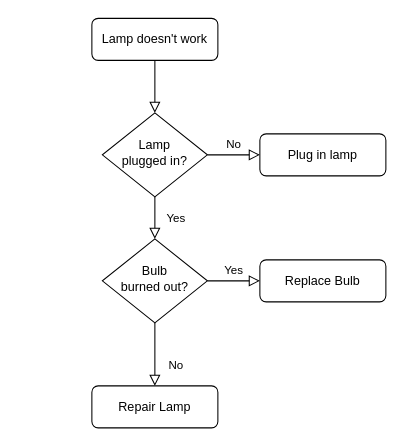
AlberteCM/AAB.UR.Manal-og-Alberte keeps this draw.io diagram as Digitalt_ur_m__unix_import_uf_rdig/Untitled Diagram.drawio. Above is the earlier version. Source tidied: cells renumbered, new cells numbered last; positions are measured from the earlier drawing's top-left corner, leaving out a move shared by most shapes. Both pictures are drawn from the tidied source at 105%, with x=0, y=0 at pixel (91, 18).
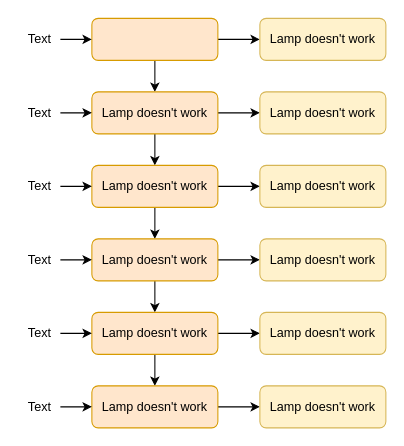
Above is the later version.

What changed in the source:
```diff
@@
-    <mxCell id="2" style="rounded=0;html=1;jettySize=auto;fontSize=11;endArrow=block;endFill=0;endSize=8;strokeWidth=1;shadow=0;labelBackgroundColor=none;edgeStyle=orthogonalEdgeStyle;" parent="1" edge="1" source="3" target="6">
-      <mxGeometry relative="1" as="geometry" />
-    </mxCell>
+    <mxCell id="13" style="edgeStyle=orthogonalEdgeStyle;rounded=0;jettySize=auto;html=1;" parent="1" edge="1" source="3" target="17">
+      <mxGeometry relative="1" as="geometry" />
+    </mxCell>
+    <mxCell id="14" style="edgeStyle=orthogonalEdgeStyle;rounded=0;jettySize=auto;html=1;" parent="1" edge="1" source="3" target="29">
+      <mxGeometry relative="1" as="geometry" />
+    </mxCell>
-    <mxCell id="3" value="Lamp doesn't work" style="rounded=1;whiteSpace=wrap;html=1;fontSize=12;glass=0;strokeWidth=1;shadow=0;" parent="1" vertex="1">
+    <mxCell id="3" style="rounded=1;whiteSpace=wrap;html=1;fontSize=12;glass=0;strokeWidth=1;shadow=0;fillColor=#ffe6cc;strokeColor=#d79b00;" parent="1" vertex="1">
       <mxGeometry width="120" height="40" as="geometry" />
     </mxCell>
-    <mxCell id="4" value="Yes" style="rounded=0;html=1;jettySize=auto;fontSize=11;endArrow=block;endFill=0;endSize=8;strokeWidth=1;shadow=0;labelBackgroundColor=none;edgeStyle=orthogonalEdgeStyle;" parent="1" edge="1" source="6" target="10">
-      <mxGeometry y="20" relative="1" as="geometry" />
-    </mxCell>
-    <mxCell id="5" value="No" style="edgeStyle=orthogonalEdgeStyle;rounded=0;html=1;jettySize=auto;fontSize=11;endArrow=block;endFill=0;endSize=8;strokeWidth=1;shadow=0;labelBackgroundColor=none;" parent="1" edge="1" source="6" target="7">
-      <mxGeometry y="10" relative="1" as="geometry" />
-    </mxCell>
-    <mxCell id="6" value="Lamp&lt;br&gt;plugged in?" style="rhombus;whiteSpace=wrap;html=1;shadow=0;fontFamily=Helvetica;fontSize=12;align=center;strokeWidth=1;spacing=6;spacingTop=-4;" parent="1" vertex="1">
-      <mxGeometry x="10" y="90" width="100" height="80" as="geometry" />
-    </mxCell>
-    <mxCell id="7" value="Plug in lamp" style="rounded=1;whiteSpace=wrap;html=1;fontSize=12;glass=0;strokeWidth=1;shadow=0;" parent="1" vertex="1">
-      <mxGeometry x="160" y="110" width="120" height="40" as="geometry" />
-    </mxCell>
-    <mxCell id="8" value="No" style="rounded=0;html=1;jettySize=auto;fontSize=11;endArrow=block;endFill=0;endSize=8;strokeWidth=1;shadow=0;labelBackgroundColor=none;edgeStyle=orthogonalEdgeStyle;" parent="1" edge="1" source="10" target="11">
-      <mxGeometry x="0.33" y="20" relative="1" as="geometry" />
-    </mxCell>
-    <mxCell id="9" value="Yes" style="edgeStyle=orthogonalEdgeStyle;rounded=0;html=1;jettySize=auto;fontSize=11;endArrow=block;endFill=0;endSize=8;strokeWidth=1;shadow=0;labelBackgroundColor=none;" parent="1" edge="1" source="10" target="12">
-      <mxGeometry y="10" relative="1" as="geometry" />
-    </mxCell>
-    <mxCell id="10" value="Bulb&lt;br&gt;burned out?" style="rhombus;whiteSpace=wrap;html=1;shadow=0;fontFamily=Helvetica;fontSize=12;align=center;strokeWidth=1;spacing=6;spacingTop=-4;" parent="1" vertex="1">
-      <mxGeometry x="10" y="210" width="100" height="80" as="geometry" />
-    </mxCell>
-    <mxCell id="11" value="Repair Lamp" style="rounded=1;whiteSpace=wrap;html=1;fontSize=12;glass=0;strokeWidth=1;shadow=0;" parent="1" vertex="1">
-      <mxGeometry y="350" width="120" height="40" as="geometry" />
-    </mxCell>
-    <mxCell id="12" value="Replace Bulb" style="rounded=1;whiteSpace=wrap;html=1;fontSize=12;glass=0;strokeWidth=1;shadow=0;" parent="1" vertex="1">
-      <mxGeometry x="160" y="230" width="120" height="40" as="geometry" />
-    </mxCell>
+    <mxCell id="15" style="edgeStyle=orthogonalEdgeStyle;rounded=0;jettySize=auto;html=1;" parent="1" edge="1" source="17" target="20">
+      <mxGeometry relative="1" as="geometry" />
+    </mxCell>
+    <mxCell id="16" style="edgeStyle=orthogonalEdgeStyle;rounded=0;jettySize=auto;html=1;" parent="1" edge="1" source="17" target="30">
+      <mxGeometry relative="1" as="geometry" />
+    </mxCell>
+    <mxCell id="17" value="Lamp doesn't work" style="rounded=1;whiteSpace=wrap;html=1;fontSize=12;glass=0;strokeWidth=1;shadow=0;fillColor=#ffe6cc;strokeColor=#d79b00;" parent="1" vertex="1">
+      <mxGeometry y="70" width="120" height="40" as="geometry" />
+    </mxCell>
+    <mxCell id="18" style="edgeStyle=orthogonalEdgeStyle;rounded=0;jettySize=auto;html=1;" parent="1" edge="1" source="20" target="23">
+      <mxGeometry relative="1" as="geometry" />
+    </mxCell>
+    <mxCell id="19" style="edgeStyle=orthogonalEdgeStyle;rounded=0;jettySize=auto;html=1;" parent="1" edge="1" source="20" target="31">
+      <mxGeometry relative="1" as="geometry" />
+    </mxCell>
+    <mxCell id="20" value="Lamp doesn't work" style="rounded=1;whiteSpace=wrap;html=1;fontSize=12;glass=0;strokeWidth=1;shadow=0;fillColor=#ffe6cc;strokeColor=#d79b00;" parent="1" vertex="1">
+      <mxGeometry y="140" width="120" height="40" as="geometry" />
+    </mxCell>
+    <mxCell id="21" style="edgeStyle=orthogonalEdgeStyle;rounded=0;jettySize=auto;html=1;" parent="1" edge="1" source="23" target="26">
+      <mxGeometry relative="1" as="geometry" />
+    </mxCell>
+    <mxCell id="22" style="edgeStyle=orthogonalEdgeStyle;rounded=0;jettySize=auto;html=1;" parent="1" edge="1" source="23" target="32">
+      <mxGeometry relative="1" as="geometry" />
+    </mxCell>
+    <mxCell id="23" value="Lamp doesn't work" style="rounded=1;whiteSpace=wrap;html=1;fontSize=12;glass=0;strokeWidth=1;shadow=0;fillColor=#ffe6cc;strokeColor=#d79b00;" parent="1" vertex="1">
+      <mxGeometry y="210" width="120" height="40" as="geometry" />
+    </mxCell>
+    <mxCell id="24" style="edgeStyle=orthogonalEdgeStyle;rounded=0;jettySize=auto;html=1;" parent="1" edge="1" source="26" target="28">
+      <mxGeometry relative="1" as="geometry" />
+    </mxCell>
+    <mxCell id="25" style="edgeStyle=orthogonalEdgeStyle;rounded=0;jettySize=auto;html=1;" parent="1" edge="1" source="26" target="33">
+      <mxGeometry relative="1" as="geometry" />
+    </mxCell>
+    <mxCell id="26" value="Lamp doesn't work" style="rounded=1;whiteSpace=wrap;html=1;fontSize=12;glass=0;strokeWidth=1;shadow=0;fillColor=#ffe6cc;strokeColor=#d79b00;" parent="1" vertex="1">
+      <mxGeometry y="280" width="120" height="40" as="geometry" />
+    </mxCell>
+    <mxCell id="27" style="edgeStyle=orthogonalEdgeStyle;rounded=0;jettySize=auto;html=1;" parent="1" edge="1" source="28" target="34">
+      <mxGeometry relative="1" as="geometry" />
+    </mxCell>
+    <mxCell id="28" value="Lamp doesn't work" style="rounded=1;whiteSpace=wrap;html=1;fontSize=12;glass=0;strokeWidth=1;shadow=0;fillColor=#ffe6cc;strokeColor=#d79b00;" parent="1" vertex="1">
+      <mxGeometry y="350" width="120" height="40" as="geometry" />
+    </mxCell>
+    <mxCell id="29" value="Lamp doesn't work" style="rounded=1;whiteSpace=wrap;html=1;fontSize=12;glass=0;strokeWidth=1;shadow=0;fillColor=#fff2cc;strokeColor=#d6b656;" parent="1" vertex="1">
+      <mxGeometry x="160" width="120" height="40" as="geometry" />
+    </mxCell>
+    <mxCell id="30" value="Lamp doesn't work" style="rounded=1;whiteSpace=wrap;html=1;fontSize=12;glass=0;strokeWidth=1;shadow=0;fillColor=#fff2cc;strokeColor=#d6b656;" parent="1" vertex="1">
+      <mxGeometry x="160" y="70" width="120" height="40" as="geometry" />
+    </mxCell>
+    <mxCell id="31" value="Lamp doesn't work" style="rounded=1;whiteSpace=wrap;html=1;fontSize=12;glass=0;strokeWidth=1;shadow=0;fillColor=#fff2cc;strokeColor=#d6b656;" parent="1" vertex="1">
+      <mxGeometry x="160" y="140" width="120" height="40" as="geometry" />
+    </mxCell>
+    <mxCell id="32" value="Lamp doesn't work" style="rounded=1;whiteSpace=wrap;html=1;fontSize=12;glass=0;strokeWidth=1;shadow=0;fillColor=#fff2cc;strokeColor=#d6b656;" parent="1" vertex="1">
+      <mxGeometry x="160" y="210" width="120" height="40" as="geometry" />
+    </mxCell>
+    <mxCell id="33" value="Lamp doesn't work" style="rounded=1;whiteSpace=wrap;html=1;fontSize=12;glass=0;strokeWidth=1;shadow=0;fillColor=#fff2cc;strokeColor=#d6b656;" parent="1" vertex="1">
+      <mxGeometry x="160" y="280" width="120" height="40" as="geometry" />
+    </mxCell>
+    <mxCell id="34" value="Lamp doesn't work" style="rounded=1;whiteSpace=wrap;html=1;fontSize=12;glass=0;strokeWidth=1;shadow=0;fillColor=#fff2cc;strokeColor=#d6b656;" parent="1" vertex="1">
+      <mxGeometry x="160" y="350" width="120" height="40" as="geometry" />
+    </mxCell>
+    <mxCell id="35" style="edgeStyle=orthogonalEdgeStyle;rounded=0;jettySize=auto;html=1;" parent="1" edge="1" source="36" target="3">
+      <mxGeometry relative="1" as="geometry" />
+    </mxCell>
+    <mxCell id="36" value="Text" style="text;html=1;align=center;verticalAlign=middle;points=[];strokeColor=none;fillColor=none;" parent="1" vertex="1">
+      <mxGeometry x="-70" y="10" width="40" height="20" as="geometry" />
+    </mxCell>
+    <mxCell id="37" style="edgeStyle=orthogonalEdgeStyle;rounded=0;jettySize=auto;html=1;" parent="1" edge="1" source="38" target="17">
+      <mxGeometry relative="1" as="geometry" />
+    </mxCell>
+    <mxCell id="38" value="Text" style="text;html=1;align=center;verticalAlign=middle;points=[];strokeColor=none;fillColor=none;" parent="1" vertex="1">
+      <mxGeometry x="-70" y="80" width="40" height="20" as="geometry" />
+    </mxCell>
+    <mxCell id="39" style="edgeStyle=orthogonalEdgeStyle;rounded=0;jettySize=auto;html=1;" parent="1" edge="1" source="40" target="20">
+      <mxGeometry relative="1" as="geometry" />
+    </mxCell>
+    <mxCell id="40" value="Text" style="text;html=1;align=center;verticalAlign=middle;points=[];strokeColor=none;fillColor=none;" parent="1" vertex="1">
+      <mxGeometry x="-70" y="150" width="40" height="20" as="geometry" />
+    </mxCell>
+    <mxCell id="41" style="edgeStyle=orthogonalEdgeStyle;rounded=0;jettySize=auto;html=1;" parent="1" edge="1" source="42" target="23">
+      <mxGeometry relative="1" as="geometry" />
+    </mxCell>
+    <mxCell id="42" value="Text" style="text;html=1;align=center;verticalAlign=middle;points=[];strokeColor=none;fillColor=none;" parent="1" vertex="1">
+      <mxGeometry x="-70" y="220" width="40" height="20" as="geometry" />
+    </mxCell>
+    <mxCell id="43" style="edgeStyle=orthogonalEdgeStyle;rounded=0;jettySize=auto;html=1;" parent="1" edge="1" source="44" target="26">
+      <mxGeometry relative="1" as="geometry" />
+    </mxCell>
+    <mxCell id="44" value="Text" style="text;html=1;align=center;verticalAlign=middle;points=[];strokeColor=none;fillColor=none;" parent="1" vertex="1">
+      <mxGeometry x="-70" y="290" width="40" height="20" as="geometry" />
+    </mxCell>
+    <mxCell id="45" style="edgeStyle=orthogonalEdgeStyle;rounded=0;jettySize=auto;html=1;" parent="1" edge="1" source="46" target="28">
+      <mxGeometry relative="1" as="geometry" />
+    </mxCell>
+    <mxCell id="46" value="Text" style="text;html=1;align=center;verticalAlign=middle;points=[];strokeColor=none;fillColor=none;" parent="1" vertex="1">
+      <mxGeometry x="-70" y="360" width="40" height="20" as="geometry" />
+    </mxCell>
```
